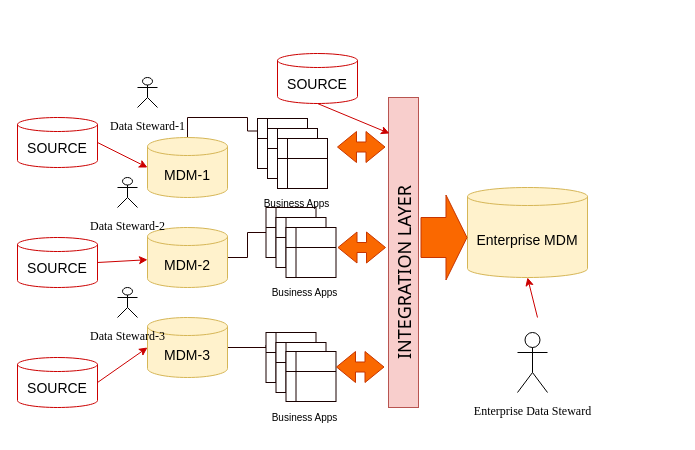
The draw.io diagram page "Hub-Spoke" (2 of 2) of Deloitte.drawio in biswarup81/drawings, before the edit. Source tidied: cells renumbered, new cells numbered last; positions are measured from the earlier drawing's top-left corner, leaving out a move shared by most shapes. Both pictures are drawn from the tidied source at 100%, with x=0, y=0 at pixel (17, 53).
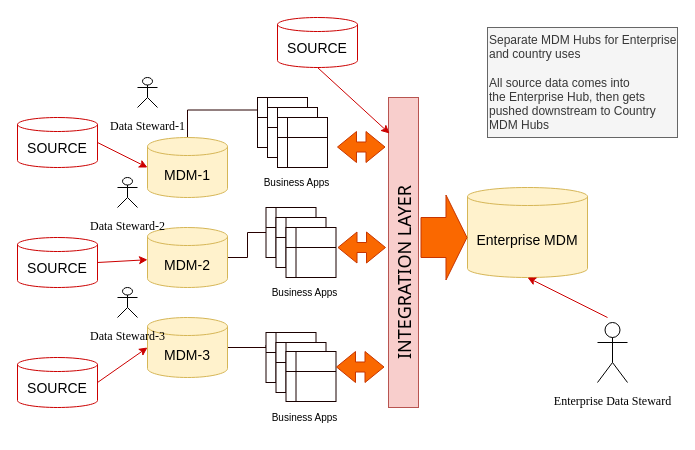
The same page after the edit.

The change refers to these unchanged cells:
```xml
<mxCell id="33" value="Enterprise MDM" style="shape=cylinder3;whiteSpace=wrap;html=1;boundedLbl=1;backgroundOutline=1;size=9;labelBackgroundColor=none;fontSize=14;fillColor=#fff2cc;strokeColor=#d6b656;" parent="1" vertex="1">
  <mxGeometry x="450" y="134" width="120" height="90" as="geometry" />
</mxCell>
```

Change to the diagram source:
```diff
@@
     <mxCell id="25" style="group;strokeColor=none;" parent="1" vertex="1">
-      <mxGeometry x="231.5" y="65" width="95" height="100" as="geometry" />
+      <mxGeometry x="231.5" y="44" width="95" height="100" as="geometry" />
     </mxCell>
@@
     <mxCell id="34" value="SOURCE" style="shape=cylinder3;whiteSpace=wrap;html=1;boundedLbl=1;backgroundOutline=1;size=7;labelBackgroundColor=none;fontSize=14;strokeColor=#CC0000;" parent="1" vertex="1">
-      <mxGeometry x="260" width="80" height="50" as="geometry" />
+      <mxGeometry x="260" y="-36" width="80" height="50" as="geometry" />
     </mxCell>
@@
     <mxCell id="39" value="&lt;font style=&quot;font-size: 12px&quot;&gt;Enterprise Data Steward&lt;/font&gt;" style="shape=umlActor;verticalLabelPosition=bottom;verticalAlign=top;html=1;labelBackgroundColor=none;fontFamily=Times New Roman;fontSize=18;strokeColor=default;" parent="1" vertex="1">
-      <mxGeometry x="500" y="279" width="30" height="60" as="geometry" />
+      <mxGeometry x="580" y="269" width="30" height="60" as="geometry" />
     </mxCell>
     <mxCell id="40" style="endArrow=classic;html=1;rounded=0;fontSize=14;entryX=0.5;entryY=1;entryDx=0;entryDy=0;entryPerimeter=0;strokeColor=#CC0000;" parent="1" edge="1" target="33">
       <mxGeometry relative="1" as="geometry">
-        <mxPoint x="520" y="264" as="sourcePoint" />
+        <mxPoint x="590" y="264" as="sourcePoint" />
       </mxGeometry>
     </mxCell>
@@
+    <mxCell id="44" value="&lt;p style=&quot;margin: 0.0px 0.0px 0.0px 0.0px ; font: 12.0px &amp;quot;helvetica&amp;quot; ; color: #373737&quot;&gt;Separate MDM Hubs for Enterprise and country uses&lt;/p&gt;&lt;br&gt;&lt;p style=&quot;margin: 0.0px 0.0px 0.0px 0.0px ; font: 12.0px &amp;quot;helvetica&amp;quot; ; color: #373737&quot;&gt;All source data comes into&lt;/p&gt;&lt;p style=&quot;margin: 0.0px 0.0px 0.0px 0.0px ; font: 12.0px &amp;quot;helvetica&amp;quot; ; color: #373737&quot;&gt;the Enterprise Hub, then gets&lt;/p&gt;&lt;p style=&quot;margin: 0.0px 0.0px 0.0px 0.0px ; font: 12.0px &amp;quot;helvetica&amp;quot; ; color: #373737&quot;&gt;pushed downstream to Country MDM Hubs&lt;/p&gt;" style="rounded=0;whiteSpace=wrap;html=1;labelBackgroundColor=none;fontFamily=Times New Roman;fontSize=12;strokeColor=#666666;fillColor=#f5f5f5;fontColor=#333333;align=left;" parent="1" vertex="1">
+      <mxGeometry x="470" y="-26" width="190" height="110" as="geometry" />
+    </mxCell>
```
